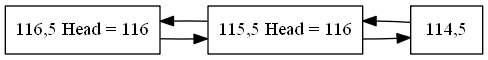
olgt/EDD_1S2019_P1_201612341 keeps this Graphviz diagram as SnakeReport.png. Above is the earlier version. Its source is kept beside it as SnakeReport.dot. Source of this version:
```dot
digraph firstGraph{
node [shape = record];
rankdir=LR;
node0 [label=" 116,5 Head = 116 "];
node0 -> node1;
node1 -> node0;
node1 [label=" 115,5 Head = 116 "];
node1 -> node2;
node2 -> node1;
node2 [label=" 114,5 "];
}
```
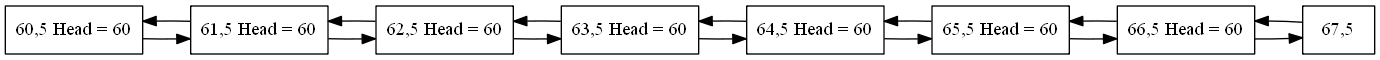
The same diagram one commit later.

Diff of the diagram source:
```diff
@@ -1,11 +1,26 @@
 digraph firstGraph{
 node [shape = record];
 rankdir=LR;
-node0 [label=" 116,5 Head = 116 "];
+node0 [label=" 60,5 Head = 60 "];
 node0 -> node1;
 node1 -> node0;
-node1 [label=" 115,5 Head = 116 "];
+node1 [label=" 61,5 Head = 60 "];
 node1 -> node2;
 node2 -> node1;
-node2 [label=" 114,5 "];
+node2 [label=" 62,5 Head = 60 "];
+node2 -> node3;
+node3 -> node2;
+node3 [label=" 63,5 Head = 60 "];
+node3 -> node4;
+node4 -> node3;
+node4 [label=" 64,5 Head = 60 "];
+node4 -> node5;
+node5 -> node4;
+node5 [label=" 65,5 Head = 60 "];
+node5 -> node6;
+node6 -> node5;
+node6 [label=" 66,5 Head = 60 "];
+node6 -> node7;
+node7 -> node6;
+node7 [label=" 67,5 "];
 }
```
